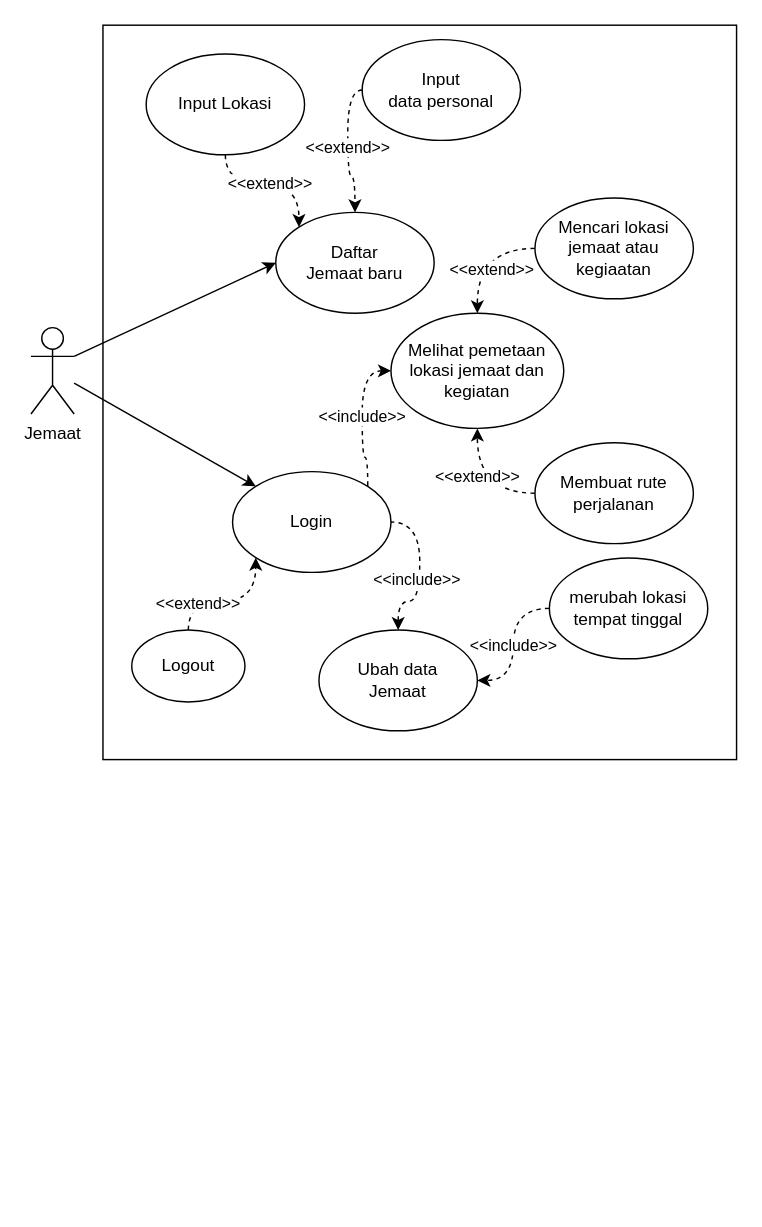
The draw.io diagram page "Page-1" (1 of 3) of UseCaseDiagram.drawio in Raymond-15/requirements, before the edit. Source tidied: cells renumbered, new cells numbered last; positions are measured from the earlier drawing's top-left corner, leaving out a move shared by most shapes. Both pictures are drawn from the tidied source at 144%, with x=0, y=0 at pixel (30, 24).
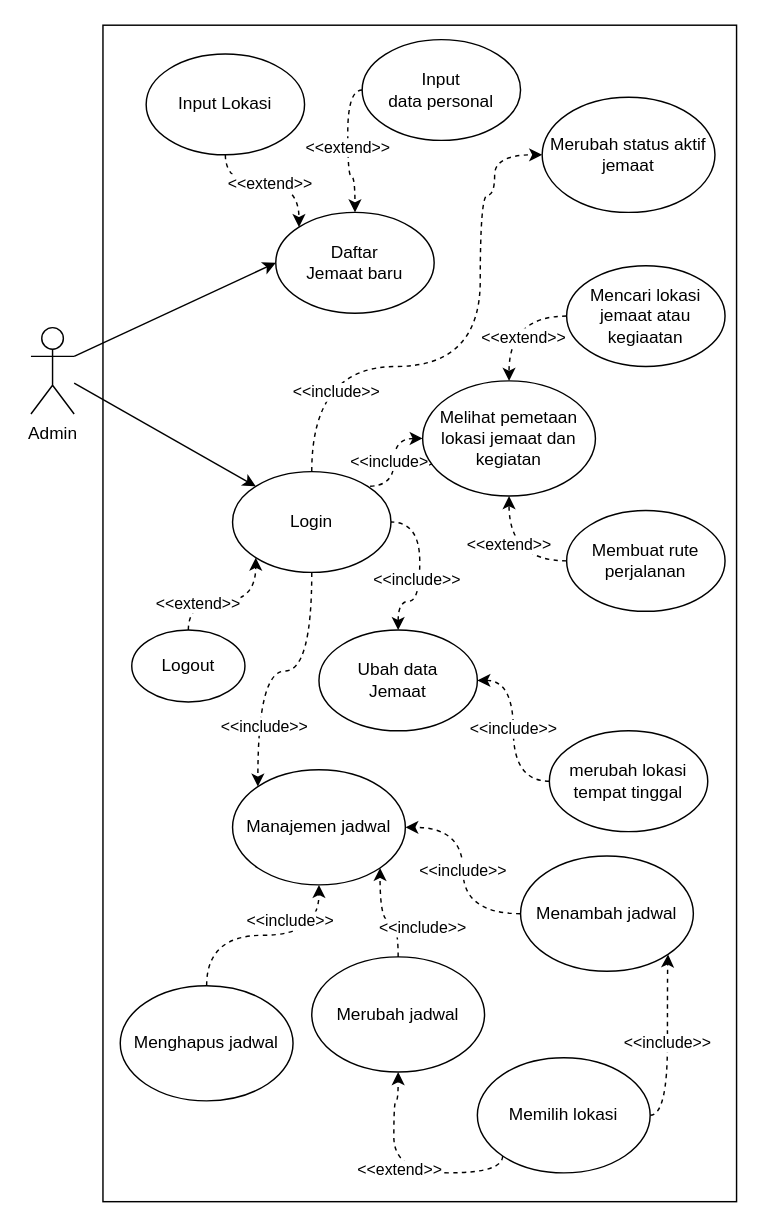
The same page after the edit.

The change refers to these unchanged cells:
```xml
<mxCell id="9" value="Login" style="ellipse;whiteSpace=wrap;html=1;" parent="1" vertex="1">
  <mxGeometry x="140" y="310" width="110" height="70" as="geometry" />
</mxCell>
```

The edit, as a diff of the source:
```diff
@@
     <mxCell id="2" style="rounded=0;whiteSpace=wrap;html=1;fillColor=none;" parent="1" vertex="1">
-      <mxGeometry x="50" width="440" height="510" as="geometry" />
+      <mxGeometry x="50" width="440" height="817" as="geometry" />
     </mxCell>
@@
-    <mxCell id="4" value="Jemaat" style="shape=umlActor;verticalLabelPosition=bottom;verticalAlign=top;html=1;outlineConnect=0;" parent="1" vertex="1">
+    <mxCell id="4" value="Admin" style="shape=umlActor;verticalLabelPosition=bottom;verticalAlign=top;html=1;outlineConnect=0;" parent="1" vertex="1">
       <mxGeometry y="210" width="30" height="60" as="geometry" />
     </mxCell>
@@
+    <mxCell id="24" value="&amp;lt;&amp;lt;include&amp;gt;&amp;gt;" style="edgeStyle=orthogonalEdgeStyle;rounded=0;jettySize=auto;html=1;entryX=0;entryY=0;entryDx=0;entryDy=0;curved=1;dashed=1;" parent="1" edge="1" source="9" target="27">
+      <mxGeometry x="0.55" y="4" relative="1" as="geometry" />
+    </mxCell>
+    <mxCell id="25" value="&amp;lt;&amp;lt;include&amp;gt;&amp;gt;" style="edgeStyle=orthogonalEdgeStyle;rounded=0;jettySize=auto;html=1;entryX=0;entryY=0.5;entryDx=0;entryDy=0;curved=1;exitX=0.5;exitY=0;exitDx=0;exitDy=0;dashed=1;" parent="1" edge="1" source="9" target="26">
+      <mxGeometry x="-0.71" y="-17" relative="1" as="geometry">
+        <Array as="points">
+          <mxPoint x="195" y="237" />
+          <mxPoint x="312" y="237" />
+          <mxPoint x="312" y="118" />
+          <mxPoint x="322" y="118" />
+          <mxPoint x="322" y="90" />
+        </Array>
+      </mxGeometry>
+    </mxCell>
@@
     <mxCell id="17" value="merubah lokasi tempat tinggal" style="ellipse;whiteSpace=wrap;html=1;" parent="1" vertex="1">
-      <mxGeometry x="360" y="370" width="110" height="70" as="geometry" />
+      <mxGeometry x="360" y="490" width="110" height="70" as="geometry" />
     </mxCell>
@@
     <mxCell id="19" value="Melihat pemetaan lokasi jemaat dan kegiatan" style="ellipse;whiteSpace=wrap;html=1;" parent="1" vertex="1">
-      <mxGeometry x="250" y="200" width="120" height="80" as="geometry" />
+      <mxGeometry x="272" y="247" width="120" height="80" as="geometry" />
     </mxCell>
@@
     <mxCell id="21" value="Mencari lokasi jemaat atau kegiaatan" style="ellipse;whiteSpace=wrap;html=1;" parent="1" vertex="1">
-      <mxGeometry x="350" y="120" width="110" height="70" as="geometry" />
+      <mxGeometry x="372" y="167" width="110" height="70" as="geometry" />
     </mxCell>
@@
     <mxCell id="23" value="Membuat rute perjalanan" style="ellipse;whiteSpace=wrap;html=1;" parent="1" vertex="1">
-      <mxGeometry x="350" y="290" width="110" height="70" as="geometry" />
+      <mxGeometry x="372" y="337" width="110" height="70" as="geometry" />
     </mxCell>
+    <mxCell id="26" value="Merubah status aktif jemaat" style="ellipse;whiteSpace=wrap;html=1;" parent="1" vertex="1">
+      <mxGeometry x="355" y="50" width="120" height="80" as="geometry" />
+    </mxCell>
+    <mxCell id="27" value="Manajemen jadwal" style="ellipse;whiteSpace=wrap;html=1;" parent="1" vertex="1">
+      <mxGeometry x="140" y="517" width="120" height="80" as="geometry" />
+    </mxCell>
+    <mxCell id="28" value="&amp;lt;&amp;lt;include&amp;gt;&amp;gt;" style="edgeStyle=orthogonalEdgeStyle;rounded=0;jettySize=auto;html=1;entryX=0.5;entryY=1;entryDx=0;entryDy=0;exitX=0.5;exitY=0;exitDx=0;exitDy=0;curved=1;dashed=1;" parent="1" edge="1" source="29" target="27">
+      <mxGeometry x="0.25" y="10" relative="1" as="geometry" />
+    </mxCell>
+    <mxCell id="29" value="Menghapus jadwal" style="ellipse;whiteSpace=wrap;html=1;" parent="1" vertex="1">
+      <mxGeometry x="62" y="667" width="120" height="80" as="geometry" />
+    </mxCell>
+    <mxCell id="30" value="&amp;lt;&amp;lt;include&amp;gt;&amp;gt;" style="edgeStyle=orthogonalEdgeStyle;rounded=0;jettySize=auto;html=1;entryX=1;entryY=1;entryDx=0;entryDy=0;exitX=0.5;exitY=0;exitDx=0;exitDy=0;curved=1;dashed=1;" parent="1" edge="1" source="31" target="27">
+      <mxGeometry x="-0.46" y="-17" relative="1" as="geometry" />
+    </mxCell>
+    <mxCell id="31" value="Merubah jadwal" style="ellipse;whiteSpace=wrap;html=1;" parent="1" vertex="1">
+      <mxGeometry x="195" y="647" width="120" height="80" as="geometry" />
+    </mxCell>
+    <mxCell id="32" value="&amp;lt;&amp;lt;include&amp;gt;&amp;gt;" style="edgeStyle=orthogonalEdgeStyle;rounded=0;jettySize=auto;html=1;entryX=1;entryY=0.5;entryDx=0;entryDy=0;curved=1;dashed=1;" parent="1" edge="1" source="33" target="27">
+      <mxGeometry relative="1" as="geometry" />
+    </mxCell>
+    <mxCell id="33" value="Menambah jadwal" style="ellipse;whiteSpace=wrap;html=1;" parent="1" vertex="1">
+      <mxGeometry x="340" y="577" width="120" height="80" as="geometry" />
+    </mxCell>
+    <mxCell id="34" value="&amp;lt;&amp;lt;include&amp;gt;&amp;gt;" style="edgeStyle=orthogonalEdgeStyle;rounded=0;jettySize=auto;html=1;entryX=1;entryY=1;entryDx=0;entryDy=0;exitX=1;exitY=0.5;exitDx=0;exitDy=0;curved=1;dashed=1;" parent="1" edge="1" source="36" target="33">
+      <mxGeometry relative="1" as="geometry">
+        <Array as="points">
+          <mxPoint x="442" y="757" />
+          <mxPoint x="442" y="657" />
+          <mxPoint x="442" y="657" />
+        </Array>
+      </mxGeometry>
+    </mxCell>
+    <mxCell id="35" value="&amp;lt;&amp;lt;extend&amp;gt;&amp;gt;" style="edgeStyle=orthogonalEdgeStyle;rounded=0;jettySize=auto;html=1;exitX=0;exitY=1;exitDx=0;exitDy=0;entryX=0.5;entryY=1;entryDx=0;entryDy=0;curved=1;dashed=1;" parent="1" edge="1" source="36" target="31">
+      <mxGeometry x="0.03" y="-2" relative="1" as="geometry">
+        <Array as="points">
+          <mxPoint x="328" y="797" />
+          <mxPoint x="252" y="797" />
+          <mxPoint x="252" y="747" />
+          <mxPoint x="255" y="747" />
+        </Array>
+      </mxGeometry>
+    </mxCell>
+    <mxCell id="36" value="Memilih lokasi" style="ellipse;whiteSpace=wrap;html=1;" parent="1" vertex="1">
+      <mxGeometry x="310" y="717" width="120" height="80" as="geometry" />
+    </mxCell>
```
